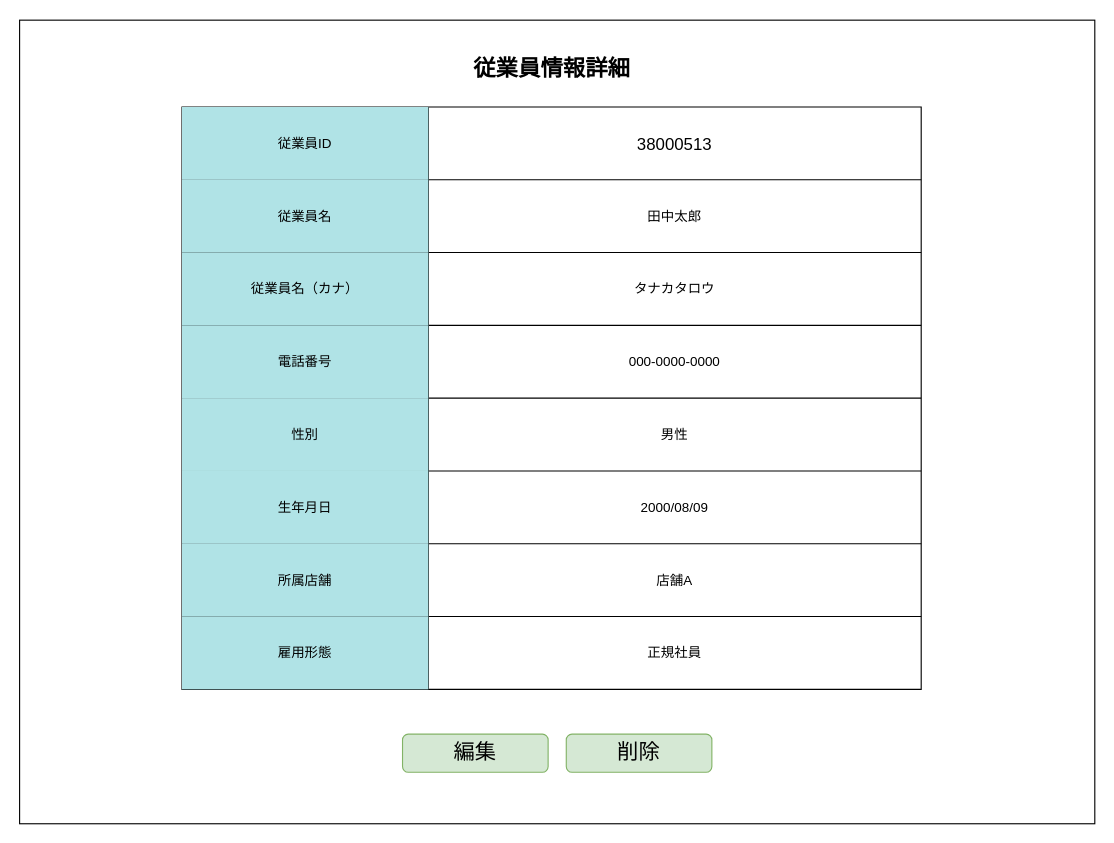
This is page "S01-03 従業員詳細" (3 of 5) of 各種設計書/6.画面設計書/S01_従業員マスタ.drawio from HaruShim/Sotuken, a draw.io file, before an edit. Source tidied: cells renumbered, new cells numbered last; positions are measured from the earlier drawing's top-left corner, leaving out a move shared by most shapes. Both pictures are drawn from the tidied source at 112%, with x=0, y=0 at pixel (19, 19). Pictures stored in the file or linked from it are replaced by grey dashed boxes.
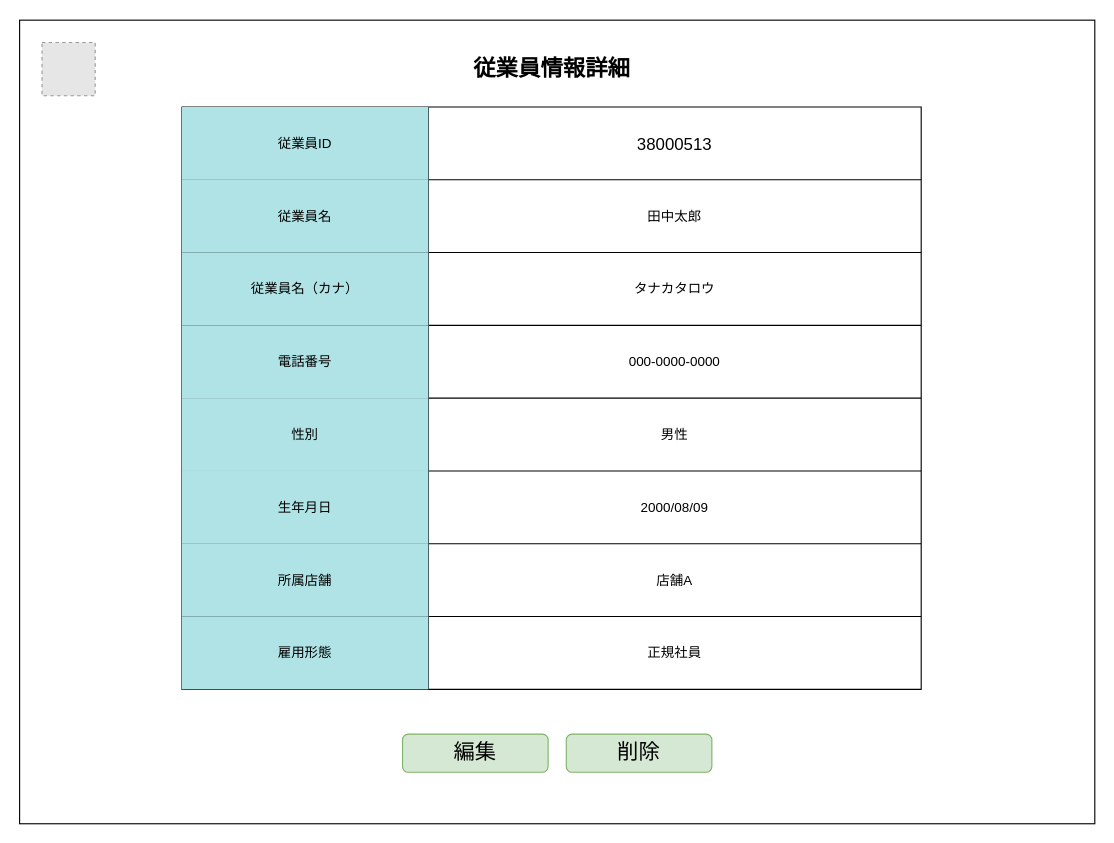
The same page after the edit.

Diff of the diagram source:
```diff
@@
+    <mxCell id="31" style="fillColor=#E6E6E6;strokeColor=#999999;dashed=1;html=1;verticalAlign=top;verticalLabelPosition=bottom;labelBackgroundColor=#ffffff;" parent="1" vertex="1">
+      <mxGeometry x="20" y="20.5" width="47.5" height="47.5" as="geometry" />
+    </mxCell>
```
